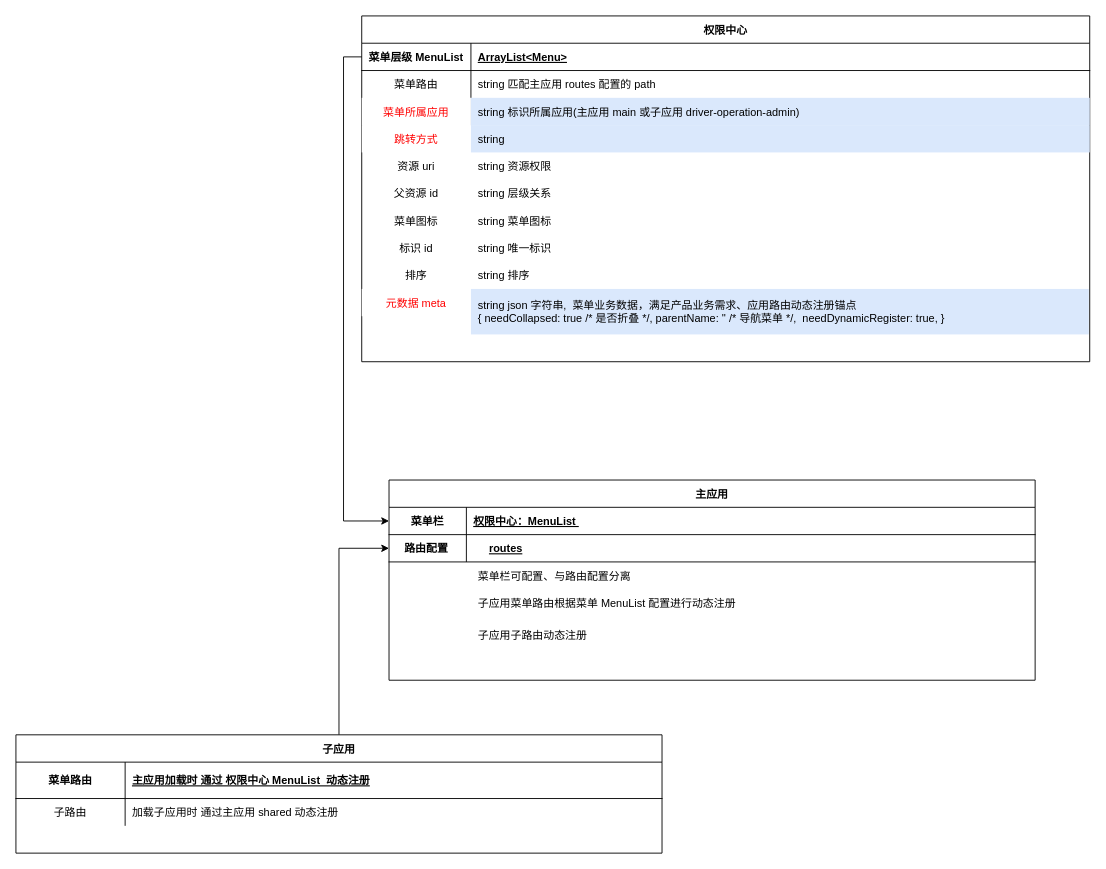
This is 动态路由菜单配置.drawio from sfyr111/draw, a draw.io file, before an edit. Source tidied: cells renumbered, new cells numbered last; positions are measured from the earlier drawing's top-left corner, leaving out a move shared by most shapes. Both pictures are drawn from the tidied source at 91%, with x=0, y=0 at pixel (15, 15).
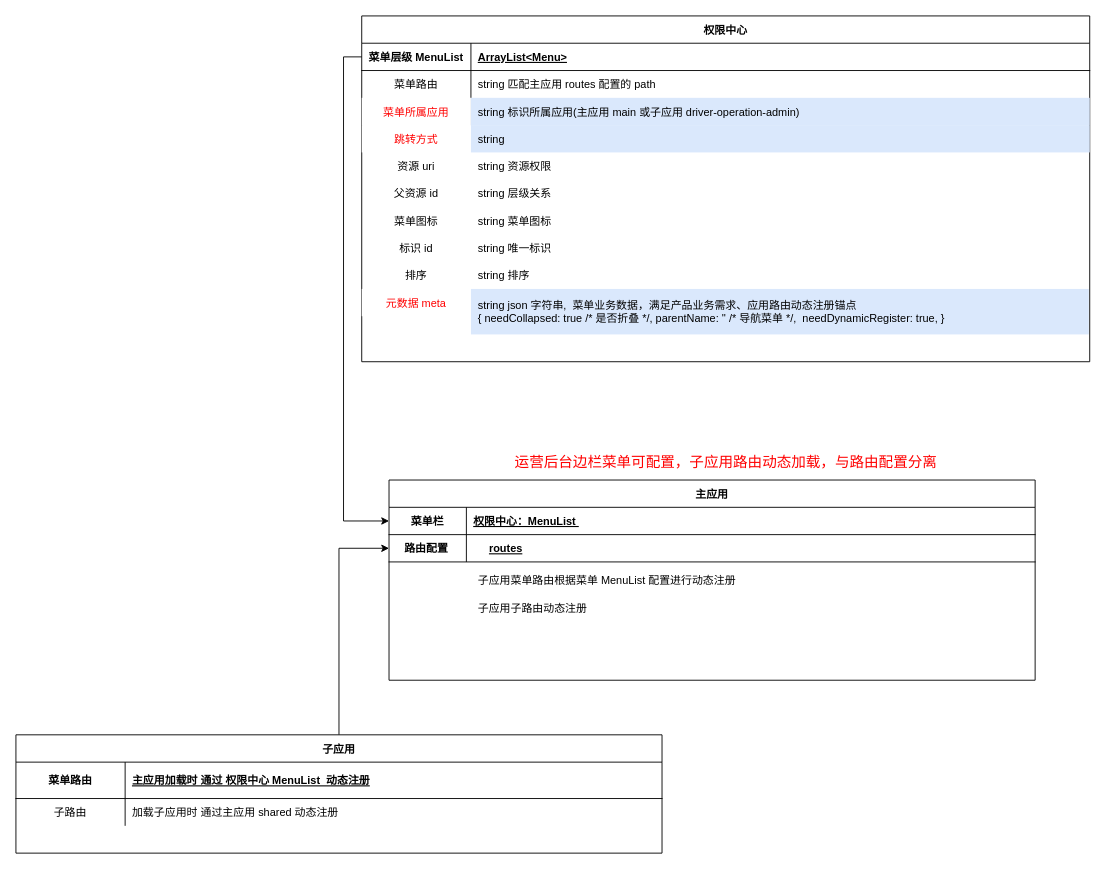
After the change.

Commit message (it also covers changes not shown here):
更新动态路由菜单配置.drawio

Diff of the diagram source:
```diff
@@
-    <mxCell id="46" value="菜单栏可配置、与路由配置分离" style="shape=partialRectangle;overflow=hidden;fillColor=none;top=0;left=0;bottom=0;right=0;align=left;spacingLeft=6;" parent="1" vertex="1">
-      <mxGeometry x="500" y="600" width="460" height="30" as="geometry" />
-    </mxCell>
     <mxCell id="47" value="子应用菜单路由根据菜单 MenuList 配置进行动态注册" style="shape=partialRectangle;overflow=hidden;fillColor=none;top=0;left=0;bottom=0;right=0;align=left;spacingLeft=6;" parent="1" vertex="1">
-      <mxGeometry x="500" y="630" width="460" height="30" as="geometry" />
+      <mxGeometry x="500" y="605" width="460" height="30" as="geometry" />
     </mxCell>
     <mxCell id="48" value="子应用子路由动态注册" style="shape=partialRectangle;overflow=hidden;fillColor=none;top=0;left=0;bottom=0;right=0;align=left;spacingLeft=6;" parent="1" vertex="1">
-      <mxGeometry x="500" y="665" width="460" height="30" as="geometry" />
+      <mxGeometry x="500" y="635" width="460" height="30" as="geometry" />
     </mxCell>
+    <mxCell id="49" value="&lt;font style=&quot;font-size: 16px&quot;&gt;运营后台边栏菜单可配置，子应用路由动态加载，与路由配置分离&lt;/font&gt;" style="text;html=1;align=center;verticalAlign=middle;fillColor=none;strokeColor=none;rounded=0;fontColor=#FF0000;" parent="1" vertex="1">
+      <mxGeometry x="540" y="480" width="480" height="20" as="geometry" />
+    </mxCell>
```
